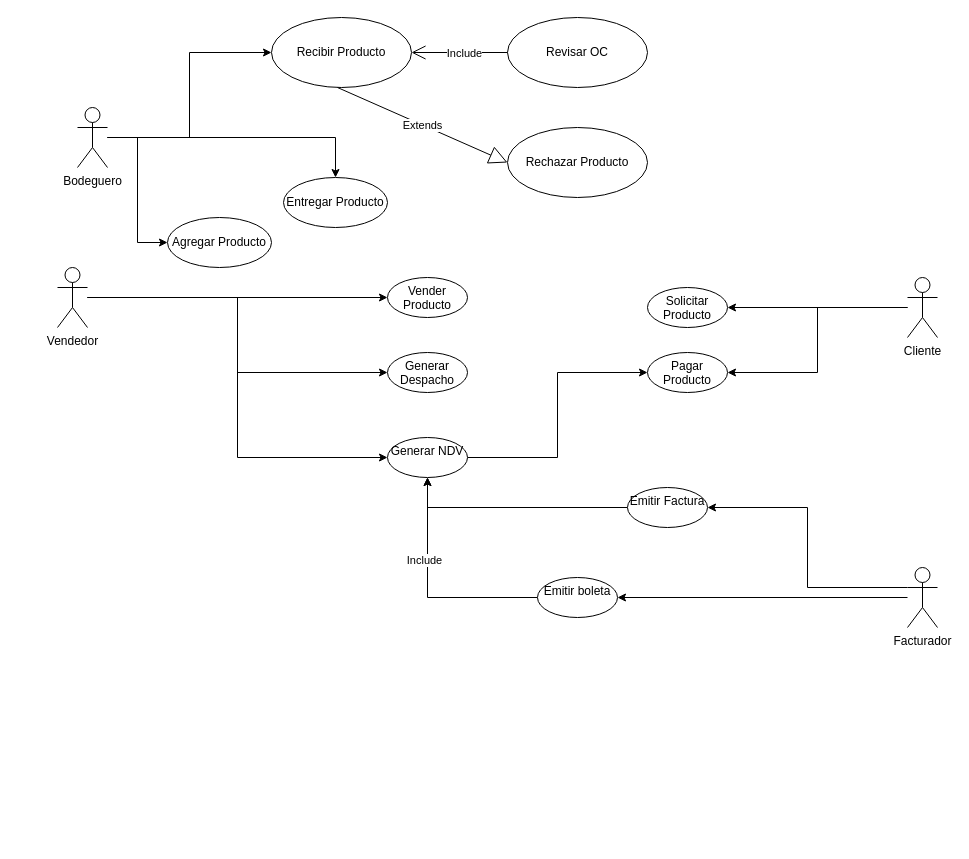
Above: Diagrama sin título.drawio in Gers0n23/Inacap---Programacion (draw.io), before the change. Source tidied: cells renumbered, new cells numbered last; positions are measured from the earlier drawing's top-left corner, leaving out a move shared by most shapes. Both pictures are drawn from the tidied source at 100%, with x=0, y=0 at pixel (57, 17).
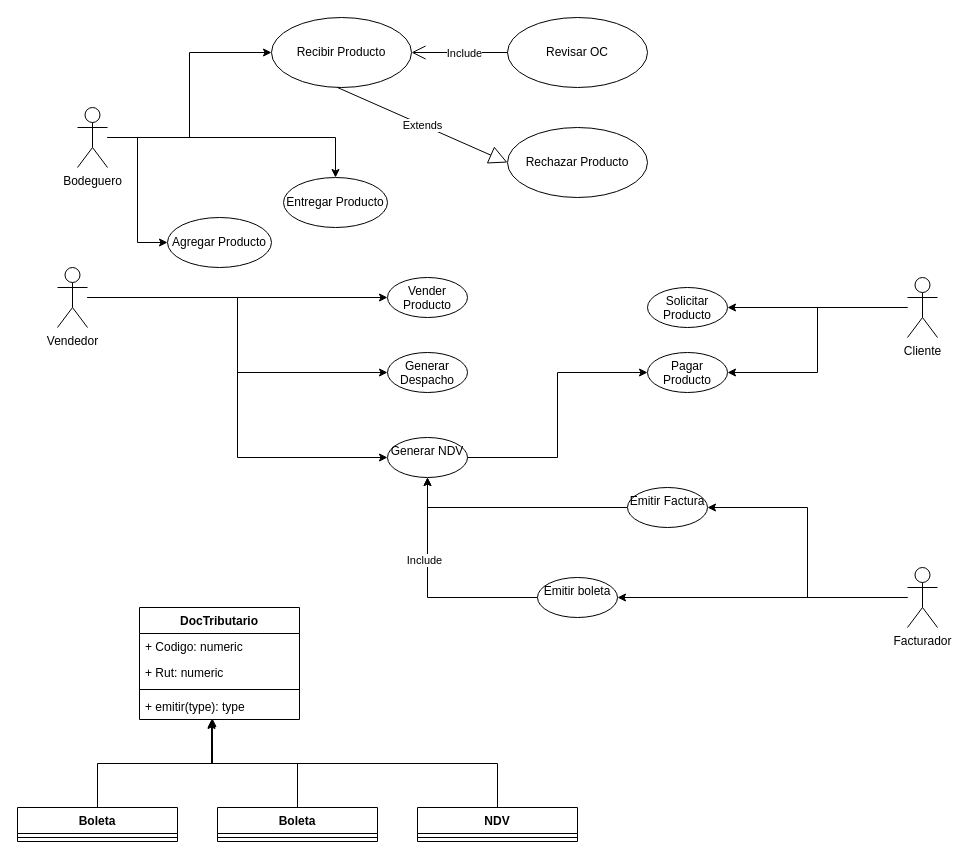
The same page after the edit.

Unchanged cells that the change refers to:
```xml
<mxCell id="27" value="Facturador" style="shape=umlActor;verticalLabelPosition=bottom;verticalAlign=top;html=1;" parent="1" vertex="1">
  <mxGeometry x="850" y="550" width="30" height="60" as="geometry" />
</mxCell>
<mxCell id="29" value="Emitir Factura" style="ellipse;whiteSpace=wrap;html=1;verticalAlign=top;" parent="1" vertex="1">
  <mxGeometry x="570" y="470" width="80" height="40" as="geometry" />
</mxCell>
<mxCell id="32" value="Emitir boleta" style="ellipse;whiteSpace=wrap;html=1;verticalAlign=top;" parent="1" vertex="1">
  <mxGeometry x="480" y="560" width="80" height="40" as="geometry" />
</mxCell>
```

Change to the diagram source:
```diff
@@
+    <mxCell id="26" style="edgeStyle=orthogonalEdgeStyle;rounded=0;jettySize=auto;html=1;entryX=1;entryY=0.5;entryDx=0;entryDy=0;" parent="1" edge="1" source="27" target="32">
+      <mxGeometry relative="1" as="geometry" />
+    </mxCell>
-    <mxCell id="25" style="edgeStyle=orthogonalEdgeStyle;rounded=0;jettySize=auto;html=1;exitX=0;exitY=0.3333333333333333;exitDx=0;exitDy=0;exitPerimeter=0;entryX=1;entryY=0.5;entryDx=0;entryDy=0;" parent="1" edge="1" source="27" target="29">
+    <mxCell id="25" style="edgeStyle=orthogonalEdgeStyle;rounded=0;jettySize=auto;html=1;entryX=1;entryY=0.5;entryDx=0;entryDy=0;" parent="1" edge="1" source="27" target="29">
       <mxGeometry relative="1" as="geometry" />
     </mxCell>
-    <mxCell id="26" style="edgeStyle=orthogonalEdgeStyle;rounded=0;jettySize=auto;html=1;entryX=1;entryY=0.5;entryDx=0;entryDy=0;" parent="1" edge="1" source="27" target="32">
-      <mxGeometry relative="1" as="geometry" />
-    </mxCell>
@@
+    <mxCell id="35" style="edgeStyle=orthogonalEdgeStyle;rounded=0;jettySize=auto;html=1;entryX=0.456;entryY=0.962;entryDx=0;entryDy=0;entryPerimeter=0;" parent="1" edge="1" source="36" target="45">
+      <mxGeometry relative="1" as="geometry" />
+    </mxCell>
+    <mxCell id="36" value="Boleta" style="swimlane;fontStyle=1;align=center;verticalAlign=top;horizontal=1;startSize=26;whiteSpace=wrap;html=1;" parent="1" vertex="1">
+      <mxGeometry x="-40" y="790" width="160" height="34" as="geometry" />
+    </mxCell>
+    <mxCell id="37" style="line;strokeWidth=1;fillColor=none;align=left;verticalAlign=middle;spacingTop=-1;spacingLeft=3;spacingRight=3;labelPosition=right;strokeColor=inherit;" parent="36" vertex="1">
+      <mxGeometry y="26" width="160" height="8" as="geometry" />
+    </mxCell>
+    <mxCell id="38" style="edgeStyle=orthogonalEdgeStyle;rounded=0;jettySize=auto;html=1;entryX=0.45;entryY=1.038;entryDx=0;entryDy=0;entryPerimeter=0;" parent="1" edge="1" source="39" target="45">
+      <mxGeometry relative="1" as="geometry" />
+    </mxCell>
+    <mxCell id="39" value="Boleta" style="swimlane;fontStyle=1;align=center;verticalAlign=top;horizontal=1;startSize=26;whiteSpace=wrap;html=1;" parent="1" vertex="1">
+      <mxGeometry x="160" y="790" width="160" height="34" as="geometry" />
+    </mxCell>
+    <mxCell id="40" style="line;strokeWidth=1;fillColor=none;align=left;verticalAlign=middle;spacingTop=-1;spacingLeft=3;spacingRight=3;labelPosition=right;strokeColor=inherit;" parent="39" vertex="1">
+      <mxGeometry y="26" width="160" height="8" as="geometry" />
+    </mxCell>
+    <mxCell id="41" value="DocTributario" style="swimlane;fontStyle=1;align=center;verticalAlign=top;horizontal=1;startSize=26;whiteSpace=wrap;html=1;" parent="1" vertex="1">
+      <mxGeometry x="82" y="590" width="160" height="112" as="geometry" />
+    </mxCell>
+    <mxCell id="42" value="+ Codigo: numeric" style="text;strokeColor=none;fillColor=none;align=left;verticalAlign=top;spacingLeft=4;spacingRight=4;overflow=hidden;whiteSpace=wrap;html=1;" parent="41" vertex="1">
+      <mxGeometry y="26" width="160" height="26" as="geometry" />
+    </mxCell>
+    <mxCell id="43" value="+ Rut: numeric" style="text;strokeColor=none;fillColor=none;align=left;verticalAlign=top;spacingLeft=4;spacingRight=4;overflow=hidden;whiteSpace=wrap;html=1;" parent="41" vertex="1">
+      <mxGeometry y="52" width="160" height="26" as="geometry" />
+    </mxCell>
+    <mxCell id="44" style="line;strokeWidth=1;fillColor=none;align=left;verticalAlign=middle;spacingTop=-1;spacingLeft=3;spacingRight=3;labelPosition=right;strokeColor=inherit;" parent="41" vertex="1">
+      <mxGeometry y="78" width="160" height="8" as="geometry" />
+    </mxCell>
+    <mxCell id="45" value="+ emitir(type): type" style="text;strokeColor=none;fillColor=none;align=left;verticalAlign=top;spacingLeft=4;spacingRight=4;overflow=hidden;points=[[0,0.5],[1,0.5]];portConstraint=eastwest;whiteSpace=wrap;html=1;" parent="41" vertex="1">
+      <mxGeometry y="86" width="160" height="26" as="geometry" />
+    </mxCell>
+    <mxCell id="46" style="edgeStyle=orthogonalEdgeStyle;rounded=0;jettySize=auto;html=1;exitX=0.5;exitY=0;exitDx=0;exitDy=0;entryX=0.45;entryY=1;entryDx=0;entryDy=0;entryPerimeter=0;" parent="1" edge="1" source="47" target="45">
+      <mxGeometry relative="1" as="geometry" />
+    </mxCell>
+    <mxCell id="47" value="NDV" style="swimlane;fontStyle=1;align=center;verticalAlign=top;horizontal=1;startSize=26;whiteSpace=wrap;html=1;" parent="1" vertex="1">
+      <mxGeometry x="360" y="790" width="160" height="34" as="geometry" />
+    </mxCell>
+    <mxCell id="48" style="line;strokeWidth=1;fillColor=none;align=left;verticalAlign=middle;spacingTop=-1;spacingLeft=3;spacingRight=3;labelPosition=right;strokeColor=inherit;" parent="47" vertex="1">
+      <mxGeometry y="26" width="160" height="8" as="geometry" />
+    </mxCell>
```
